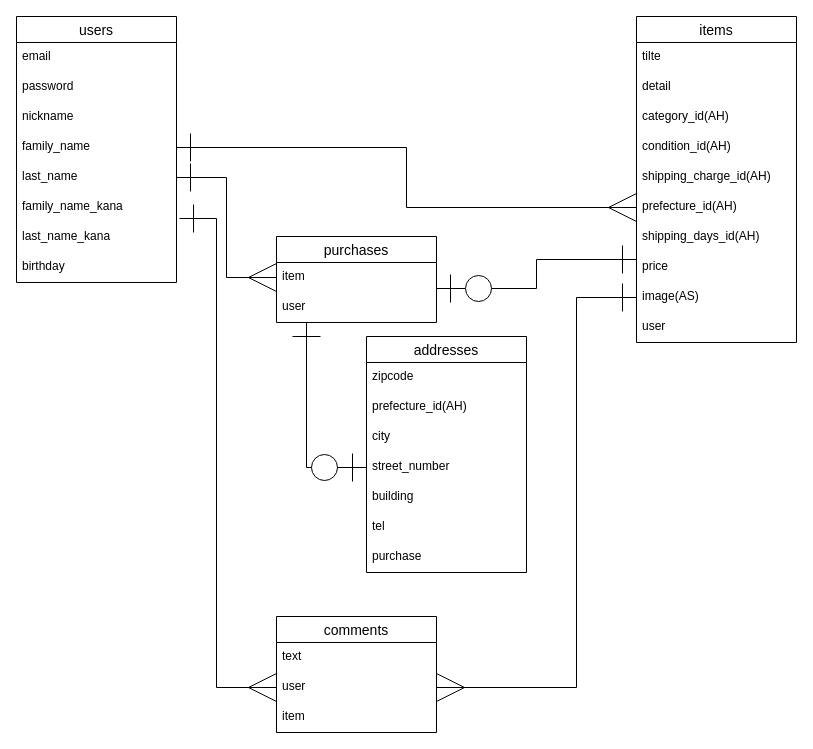
This is furima.dio from mittz333/furima-32371, a draw.io file, before an edit. Source tidied: cells renumbered, new cells numbered last; positions are measured from the earlier drawing's top-left corner, leaving out a move shared by most shapes. Both pictures are drawn from the tidied source at 100%, with x=0, y=0 at pixel (16, 16).
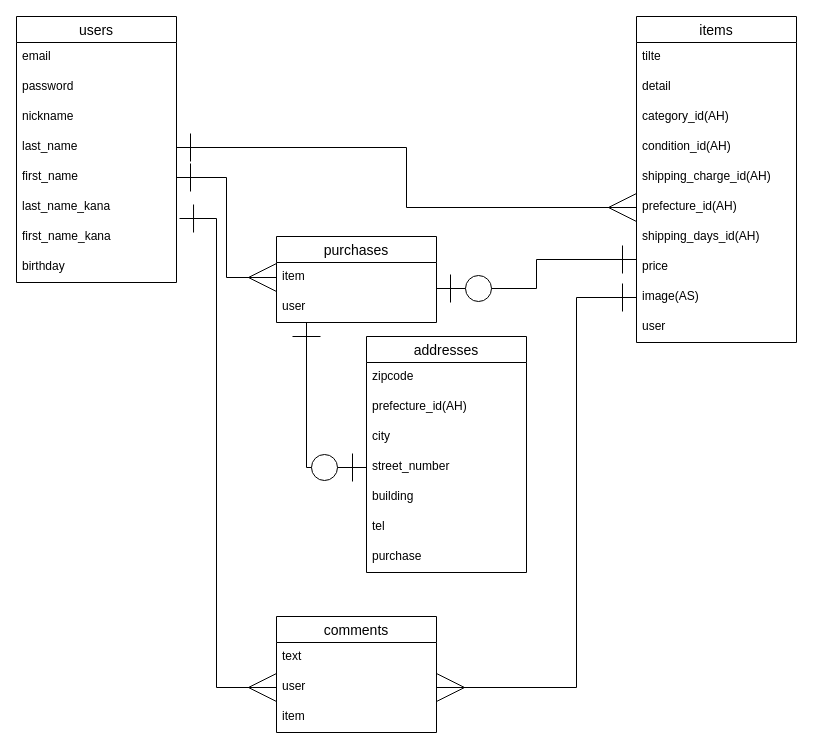
Above is the later version.

Unchanged cells that the change refers to:
```xml
<mxCell id="2" value="users" style="swimlane;fontStyle=0;horizontal=1;startSize=26;align=center;fontSize=14;" parent="1" vertex="1">
  <mxGeometry width="160" height="266" as="geometry" />
</mxCell>
```

Diff of the diagram source:
```diff
@@
-    <mxCell id="6" value="family_name" style="text;strokeColor=none;fillColor=none;spacingLeft=4;spacingRight=4;overflow=hidden;points=[[0,0.5],[1,0.5]];portConstraint=eastwest;fontSize=12;" parent="2" vertex="1">
+    <mxCell id="6" value="last_name" style="text;strokeColor=none;fillColor=none;spacingLeft=4;spacingRight=4;overflow=hidden;points=[[0,0.5],[1,0.5]];portConstraint=eastwest;fontSize=12;" parent="2" vertex="1">
       <mxGeometry y="116" width="160" height="30" as="geometry" />
     </mxCell>
-    <mxCell id="7" value="last_name" style="text;strokeColor=none;fillColor=none;spacingLeft=4;spacingRight=4;overflow=hidden;points=[[0,0.5],[1,0.5]];portConstraint=eastwest;fontSize=12;" parent="2" vertex="1">
+    <mxCell id="7" value="first_name" style="text;strokeColor=none;fillColor=none;spacingLeft=4;spacingRight=4;overflow=hidden;points=[[0,0.5],[1,0.5]];portConstraint=eastwest;fontSize=12;" parent="2" vertex="1">
       <mxGeometry y="146" width="160" height="30" as="geometry" />
     </mxCell>
-    <mxCell id="8" value="family_name_kana" style="text;strokeColor=none;fillColor=none;spacingLeft=4;spacingRight=4;overflow=hidden;fontSize=12;" parent="2" vertex="1">
+    <mxCell id="8" value="last_name_kana" style="text;strokeColor=none;fillColor=none;spacingLeft=4;spacingRight=4;overflow=hidden;fontSize=12;" parent="2" vertex="1">
       <mxGeometry y="176" width="160" height="30" as="geometry" />
     </mxCell>
-    <mxCell id="9" value="last_name_kana" style="text;strokeColor=none;fillColor=none;spacingLeft=4;spacingRight=4;overflow=hidden;points=[[0,0.5],[1,0.5]];portConstraint=eastwest;fontSize=12;" parent="2" vertex="1">
+    <mxCell id="9" value="first_name_kana" style="text;strokeColor=none;fillColor=none;spacingLeft=4;spacingRight=4;overflow=hidden;points=[[0,0.5],[1,0.5]];portConstraint=eastwest;fontSize=12;" parent="2" vertex="1">
       <mxGeometry y="206" width="160" height="30" as="geometry" />
     </mxCell>
```
